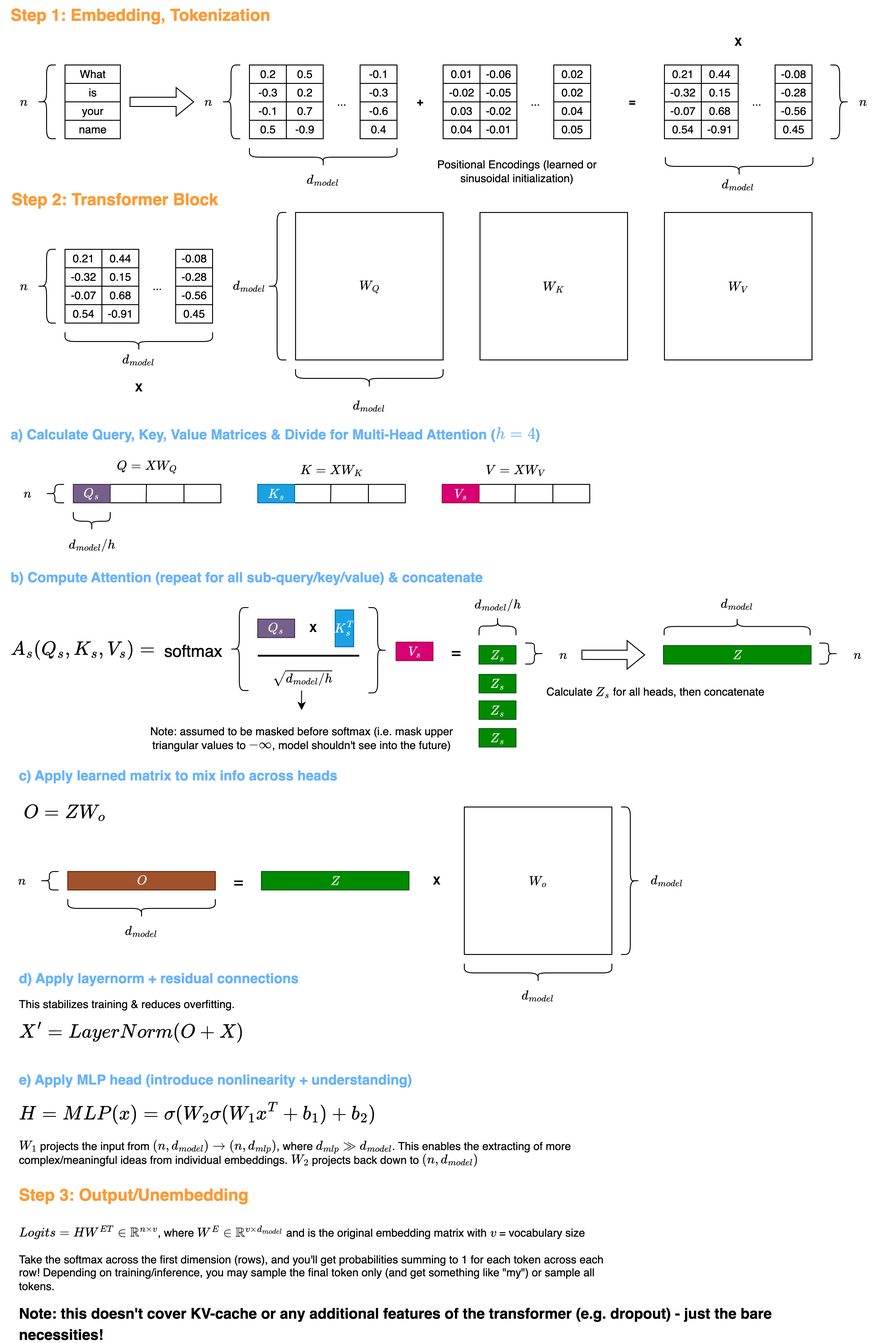
This is media/transformer.png from 25benjaminli/ml-explanations, a draw.io export, as it was before one commit. Source tidied: cells renumbered, new cells last; positions are measured from the earlier drawing's top-left corner, leaving out a move shared by most shapes.
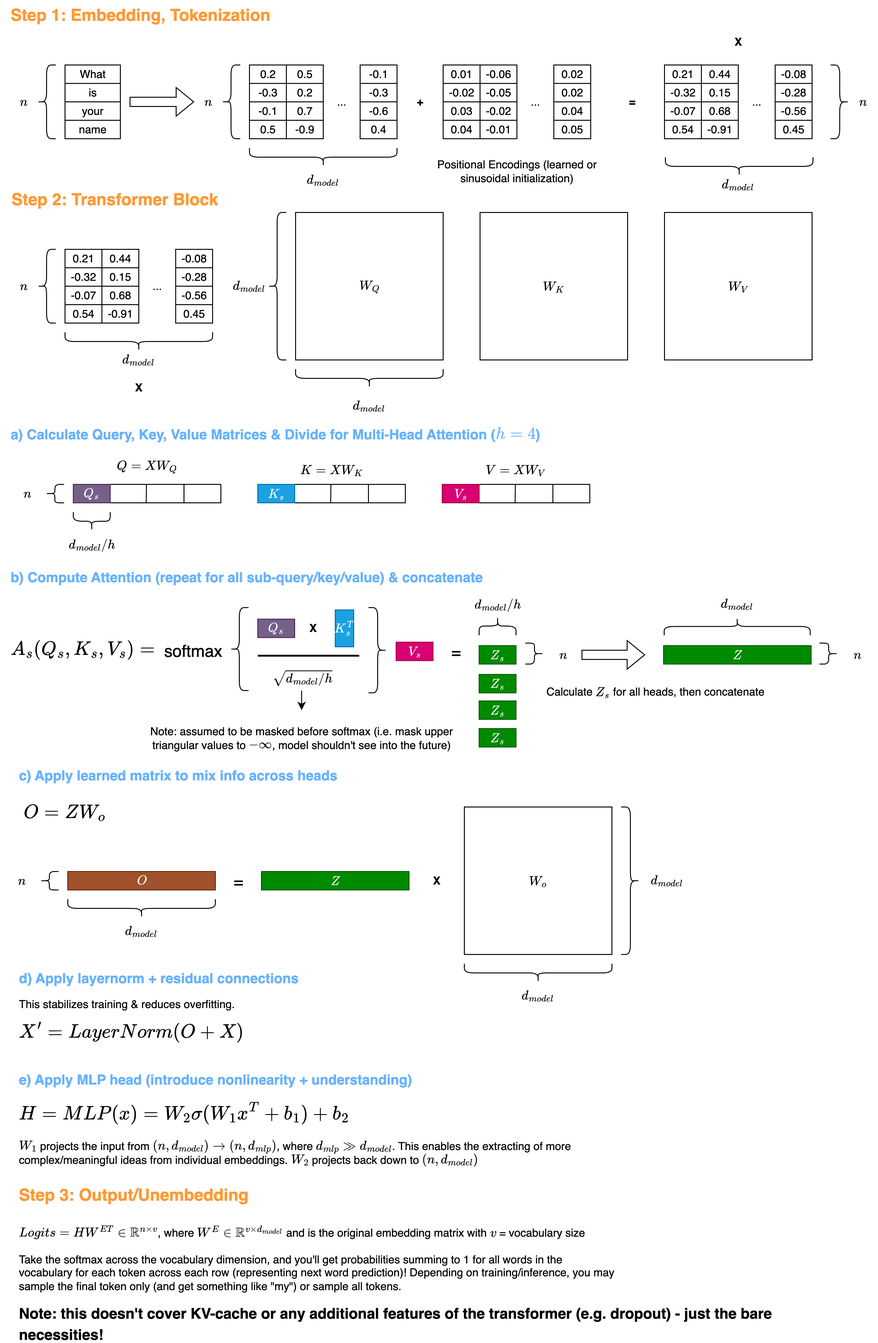
After the commit.

Commit message:
add some code for transformer and misc paper updates and fixes

The edit, as a diff of the source:
```diff
@@ -526,7 +526,7 @@
     <mxCell id="167" value="$$X' = LayerNorm(O+X)$$" style="text;html=1;align=left;verticalAlign=middle;whiteSpace=wrap;rounded=0;fontSize=18;" parent="1" vertex="1">
       <mxGeometry x="18" y="1104" width="280" height="30" as="geometry" />
     </mxCell>
-    <mxCell id="168" value="$$H = MLP(x) = \sigma(W_2\sigma(W_1x^T + b_1) + b_2)$$" style="text;html=1;align=left;verticalAlign=middle;whiteSpace=wrap;rounded=0;fontSize=18;" parent="1" vertex="1">
+    <mxCell id="168" value="$$H = MLP(x) = W_2\sigma(W_1x^T + b_1) + b_2$$" style="text;html=1;align=left;verticalAlign=middle;whiteSpace=wrap;rounded=0;fontSize=18;" parent="1" vertex="1">
       <mxGeometry x="18" y="1192" width="430" height="30" as="geometry" />
     </mxCell>
     <mxCell id="169" value="\(W_1\) projects the input from \((n, d_{model}) \rightarrow (n, d_{mlp})\), where \(d_{mlp} \gg d_{model}\). This enables the extracting of more complex/meaningful ideas from individual embeddings.&amp;nbsp;&lt;span style=&quot;background-color: transparent; color: light-dark(rgb(0, 0, 0), rgb(255, 255, 255));&quot;&gt;\(W_2\) projects back down to \((n, d_{model})\)&lt;/span&gt;" style="text;html=1;align=left;verticalAlign=middle;whiteSpace=wrap;rounded=0;fontStyle=0;" parent="1" vertex="1">
@@ -535,7 +535,7 @@
     <mxCell id="170" value="Step 3: Output/Unembedding" style="text;html=1;align=left;verticalAlign=middle;whiteSpace=wrap;rounded=0;fontStyle=1;fontSize=18;fontColor=light-dark(#FF9933,#FF9933);" parent="1" vertex="1">
       <mxGeometry x="18" y="1280" width="350" height="30" as="geometry" />
     </mxCell>
-    <mxCell id="171" value="\(Logits = HW^{ET} \in \mathbb{R}^{n \times v}\), where \(W^E \in \mathbb{R}^{v \times d_{model}}\) and is the original embedding matrix with \(v\) = vocabulary size&lt;div&gt;&lt;div&gt;&lt;br&gt;&lt;/div&gt;&lt;div&gt;Take the softmax across the first dimension (rows), and you'll get probabilities summing to 1 for each token across each row!&amp;nbsp;&lt;span style=&quot;background-color: transparent; color: light-dark(rgb(0, 0, 0), rgb(255, 255, 255));&quot;&gt;Depending on training/inference, you may sample the final token only (and get something like &quot;my&quot;) or sample all tokens.&amp;nbsp;&lt;/span&gt;&lt;/div&gt;&lt;/div&gt;" style="text;html=1;align=left;verticalAlign=middle;whiteSpace=wrap;rounded=0;fontStyle=0;" parent="1" vertex="1">
+    <mxCell id="171" value="\(Logits = HW^{ET} \in \mathbb{R}^{n \times v}\), where \(W^E \in \mathbb{R}^{v \times d_{model}}\) and is the original embedding matrix with \(v\) = vocabulary size&lt;div&gt;&lt;div&gt;&lt;br&gt;&lt;/div&gt;&lt;div&gt;Take the softmax across the vocabulary dimension, and you'll get probabilities summing to 1 for all words in the vocabulary for each token across each row (representing next word prediction)!&amp;nbsp;&lt;span style=&quot;background-color: transparent; color: light-dark(rgb(0, 0, 0), rgb(255, 255, 255));&quot;&gt;Depending on training/inference, you may sample the final token only (and get something like &quot;my&quot;) or sample all tokens.&amp;nbsp;&lt;/span&gt;&lt;/div&gt;&lt;/div&gt;" style="text;html=1;align=left;verticalAlign=middle;whiteSpace=wrap;rounded=0;fontStyle=0;" parent="1" vertex="1">
       <mxGeometry x="18" y="1310" width="650" height="110" as="geometry" />
     </mxCell>
     <mxCell id="172" value="&lt;font style=&quot;font-size: 16px;&quot;&gt;Note: this doesn't cover KV-cache or any additional features of the transformer (e.g. dropout) - just the bare necessities!&lt;/font&gt;" style="text;html=1;align=left;verticalAlign=middle;whiteSpace=wrap;rounded=0;fontStyle=1;fontSize=18;" parent="1" vertex="1">
```
